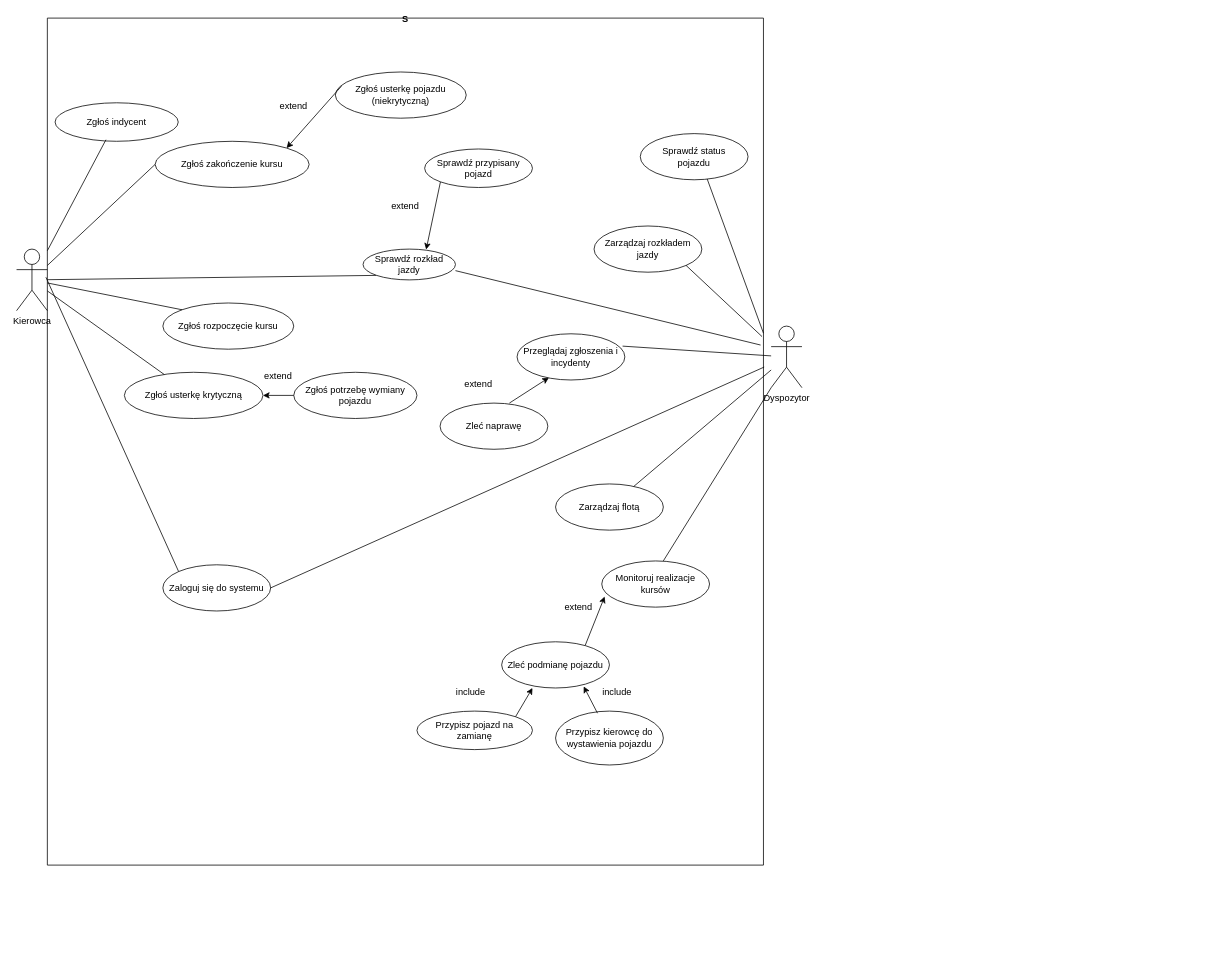
The draw.io diagram PrzypadkiUzycia.drawio in JakubBandosz/Projekt_IO, before the edit. Source tidied: cells renumbered, new cells numbered last; positions are measured from the earlier drawing's top-left corner, leaving out a move shared by most shapes. Both pictures are drawn from the tidied source at 77%, with x=0, y=0 at pixel (16, 18).
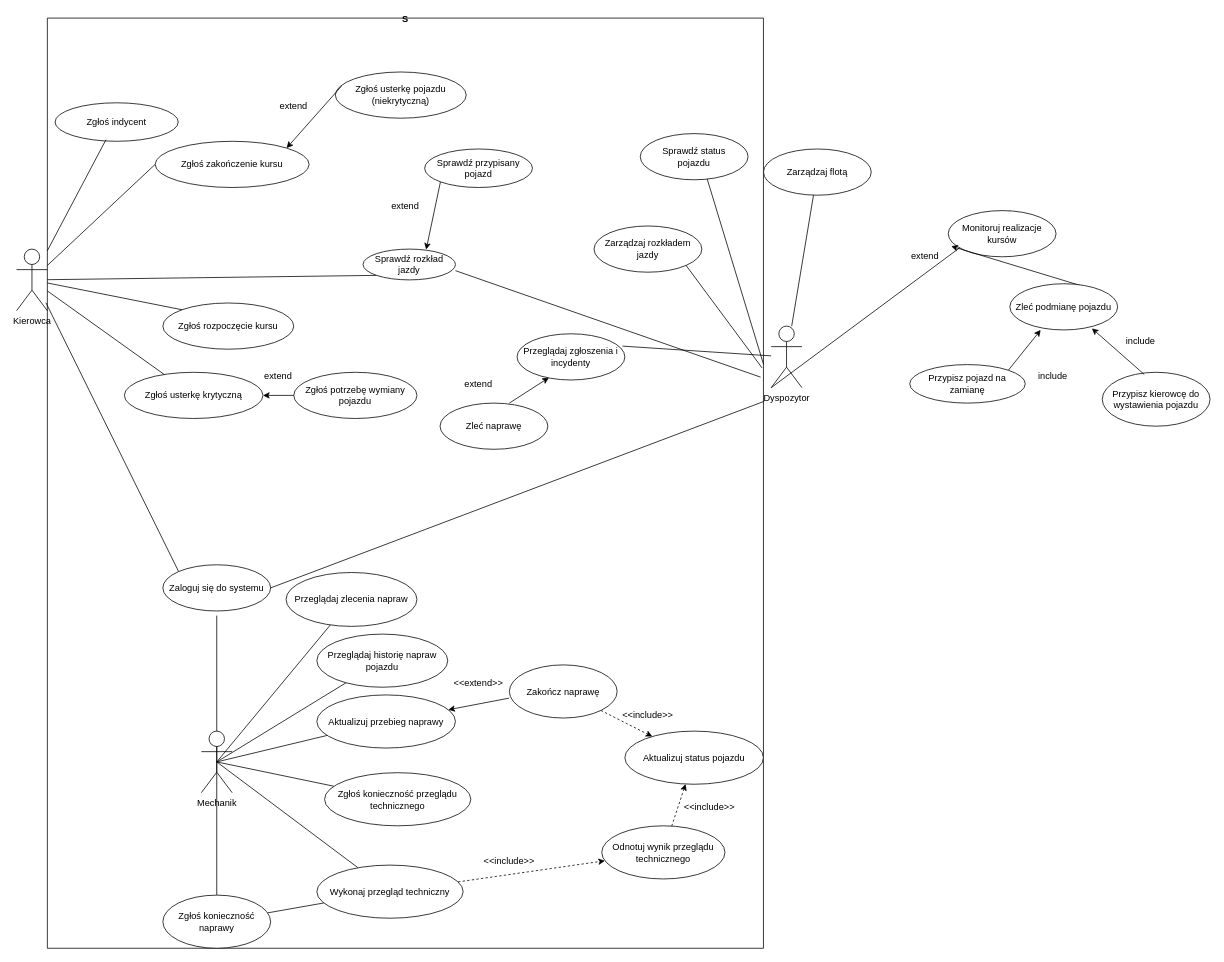
After the change.

Unchanged cells that the change refers to:
```xml
<mxCell id="14" value="Dyspozytor" style="shape=umlActor;verticalLabelPosition=bottom;verticalAlign=top;html=1;outlineConnect=0;labelPosition=center;align=center;" parent="1" vertex="1">
  <mxGeometry x="980" y="400" width="40" height="80" as="geometry" />
</mxCell>
```

What changed in the source:
```diff
@@
     <mxCell id="17" value="S" style="swimlane;startSize=0;" parent="1" vertex="1">
-      <mxGeometry x="40" width="930" height="1100" as="geometry" />
+      <mxGeometry x="40" width="930" height="1208" as="geometry" />
     </mxCell>
@@
-    <mxCell id="19" value="Monitoruj realizacje kursów" style="ellipse;whiteSpace=wrap;html=1;" parent="17" vertex="1">
-      <mxGeometry x="720" y="705" width="140" height="60" as="geometry" />
-    </mxCell>
-    <mxCell id="20" value="Zarządzaj flotą" style="ellipse;whiteSpace=wrap;html=1;" parent="17" vertex="1">
-      <mxGeometry x="660" y="605" width="140" height="60" as="geometry" />
-    </mxCell>
@@
+    <mxCell id="41" value="Sprawdź status&lt;div&gt;pojazdu&lt;/div&gt;" style="ellipse;whiteSpace=wrap;html=1;" parent="17" vertex="1">
+      <mxGeometry x="770" y="150" width="140" height="60" as="geometry" />
+    </mxCell>
+    <mxCell id="42" style="endArrow=none;html=1;rounded=0;entryX=1;entryY=0.372;entryDx=0;entryDy=0;entryPerimeter=0;exitX=0.621;exitY=0.983;exitDx=0;exitDy=0;exitPerimeter=0;" parent="17" edge="1" source="41" target="17">
+      <mxGeometry relative="1" as="geometry" />
+    </mxCell>
+    <mxCell id="50" style="rounded=0;jettySize=auto;html=1;exitX=0.5;exitY=0.5;exitDx=0;exitDy=0;exitPerimeter=0;endArrow=none;endFill=0;" parent="17" edge="1" source="57">
+      <mxGeometry relative="1" as="geometry">
+        <mxPoint x="220" y="776" as="targetPoint" />
+      </mxGeometry>
+    </mxCell>
+    <mxCell id="51" style="rounded=0;jettySize=auto;html=1;exitX=0.5;exitY=0.5;exitDx=0;exitDy=0;exitPerimeter=0;endArrow=none;endFill=0;" parent="17" edge="1" source="57" target="58">
+      <mxGeometry relative="1" as="geometry" />
+    </mxCell>
+    <mxCell id="52" style="rounded=0;jettySize=auto;html=1;exitX=0.5;exitY=0.5;exitDx=0;exitDy=0;exitPerimeter=0;endArrow=none;endFill=0;" parent="17" edge="1" source="57" target="62">
+      <mxGeometry relative="1" as="geometry" />
+    </mxCell>
+    <mxCell id="53" style="rounded=0;jettySize=auto;html=1;exitX=0.5;exitY=0.5;exitDx=0;exitDy=0;exitPerimeter=0;startArrow=none;startFill=0;endArrow=none;endFill=0;" parent="17" edge="1" source="57" target="59">
+      <mxGeometry relative="1" as="geometry" />
+    </mxCell>
+    <mxCell id="54" style="rounded=0;jettySize=auto;html=1;exitX=0.5;exitY=0.5;exitDx=0;exitDy=0;exitPerimeter=0;endArrow=none;endFill=0;" parent="17" edge="1" source="57" target="63">
+      <mxGeometry relative="1" as="geometry" />
+    </mxCell>
+    <mxCell id="55" style="rounded=0;jettySize=auto;html=1;exitX=0.5;exitY=0.5;exitDx=0;exitDy=0;exitPerimeter=0;endArrow=none;endFill=0;" parent="17" edge="1" source="57" target="69">
+      <mxGeometry relative="1" as="geometry" />
+    </mxCell>
+    <mxCell id="56" style="rounded=0;jettySize=auto;html=1;exitX=0.5;exitY=0.5;exitDx=0;exitDy=0;exitPerimeter=0;entryX=0.5;entryY=0;entryDx=0;entryDy=0;endArrow=none;endFill=0;" parent="17" edge="1" source="57" target="70">
+      <mxGeometry relative="1" as="geometry" />
+    </mxCell>
+    <mxCell id="57" value="Mechanik" style="shape=umlActor;verticalLabelPosition=bottom;verticalAlign=top;html=1;outlineConnect=0;" parent="17" vertex="1">
+      <mxGeometry x="200" y="926" width="40" height="80" as="geometry" />
+    </mxCell>
+    <mxCell id="58" value="Przeglądaj zlecenia napraw" style="ellipse;whiteSpace=wrap;html=1;align=center;newEdgeStyle={&quot;edgeStyle&quot;:&quot;entityRelationEdgeStyle&quot;,&quot;startArrow&quot;:&quot;none&quot;,&quot;endArrow&quot;:&quot;none&quot;,&quot;segment&quot;:10,&quot;curved&quot;:1,&quot;sourcePerimeterSpacing&quot;:0,&quot;targetPerimeterSpacing&quot;:0};" parent="17" vertex="1">
+      <mxGeometry x="310" y="720" width="170" height="70" as="geometry" />
+    </mxCell>
+    <mxCell id="59" value="&lt;span&gt;&lt;span class=&quot;citation-63&quot;&gt;Aktualizuj przebieg naprawy&lt;/span&gt;&lt;/span&gt;&lt;span class=&quot;citation-63&quot;&gt;&lt;/span&gt;" style="ellipse;whiteSpace=wrap;html=1;align=center;newEdgeStyle={&quot;edgeStyle&quot;:&quot;entityRelationEdgeStyle&quot;,&quot;startArrow&quot;:&quot;none&quot;,&quot;endArrow&quot;:&quot;none&quot;,&quot;segment&quot;:10,&quot;curved&quot;:1,&quot;sourcePerimeterSpacing&quot;:0,&quot;targetPerimeterSpacing&quot;:0};" parent="17" vertex="1">
+      <mxGeometry x="350" y="879" width="180" height="69" as="geometry" />
+    </mxCell>
+    <mxCell id="60" style="rounded=0;jettySize=auto;html=1;startArrow=none;endArrow=classic;segment=10;sourcePerimeterSpacing=0;targetPerimeterSpacing=0;endFill=1;dashed=1;" parent="17" edge="1" source="61" target="73">
+      <mxGeometry relative="1" as="geometry" />
+    </mxCell>
+    <mxCell id="61" value="Zakończ naprawę" style="ellipse;whiteSpace=wrap;html=1;align=center;newEdgeStyle={&quot;edgeStyle&quot;:&quot;entityRelationEdgeStyle&quot;,&quot;startArrow&quot;:&quot;none&quot;,&quot;endArrow&quot;:&quot;none&quot;,&quot;segment&quot;:10,&quot;curved&quot;:1,&quot;sourcePerimeterSpacing&quot;:0,&quot;targetPerimeterSpacing&quot;:0};" parent="17" vertex="1">
+      <mxGeometry x="600" y="840" width="140" height="69" as="geometry" />
+    </mxCell>
+    <mxCell id="62" value="Przeglądaj historię napraw pojazdu" style="ellipse;whiteSpace=wrap;html=1;align=center;newEdgeStyle={&quot;edgeStyle&quot;:&quot;entityRelationEdgeStyle&quot;,&quot;startArrow&quot;:&quot;none&quot;,&quot;endArrow&quot;:&quot;none&quot;,&quot;segment&quot;:10,&quot;curved&quot;:1,&quot;sourcePerimeterSpacing&quot;:0,&quot;targetPerimeterSpacing&quot;:0};" parent="17" vertex="1">
+      <mxGeometry x="350" y="800" width="170" height="69" as="geometry" />
+    </mxCell>
+    <mxCell id="63" value="&lt;span&gt;&lt;span class=&quot;citation-60&quot;&gt;Zgłoś konieczność przeglądu technicznego&lt;/span&gt;&lt;/span&gt;&lt;span class=&quot;citation-60&quot;&gt;&lt;/span&gt;" style="ellipse;whiteSpace=wrap;html=1;align=center;newEdgeStyle={&quot;edgeStyle&quot;:&quot;entityRelationEdgeStyle&quot;,&quot;startArrow&quot;:&quot;none&quot;,&quot;endArrow&quot;:&quot;none&quot;,&quot;segment&quot;:10,&quot;curved&quot;:1,&quot;sourcePerimeterSpacing&quot;:0,&quot;targetPerimeterSpacing&quot;:0};" parent="17" vertex="1">
+      <mxGeometry x="360" y="980" width="190" height="69" as="geometry" />
+    </mxCell>
+    <mxCell id="64" style="rounded=0;jettySize=auto;html=1;startArrow=none;endArrow=classic;segment=10;sourcePerimeterSpacing=0;targetPerimeterSpacing=0;endFill=1;dashed=1;" parent="17" edge="1" source="65" target="73">
+      <mxGeometry relative="1" as="geometry" />
+    </mxCell>
+    <mxCell id="65" value="Odnotuj wynik przeglądu technicznego" style="ellipse;whiteSpace=wrap;html=1;align=center;newEdgeStyle={&quot;edgeStyle&quot;:&quot;entityRelationEdgeStyle&quot;,&quot;startArrow&quot;:&quot;none&quot;,&quot;endArrow&quot;:&quot;none&quot;,&quot;segment&quot;:10,&quot;curved&quot;:1,&quot;sourcePerimeterSpacing&quot;:0,&quot;targetPerimeterSpacing&quot;:0};" parent="17" vertex="1">
+      <mxGeometry x="720" y="1049" width="160" height="69" as="geometry" />
+    </mxCell>
+    <mxCell id="66" style="rounded=0;jettySize=auto;html=1;startArrow=classic;endArrow=none;segment=10;sourcePerimeterSpacing=0;targetPerimeterSpacing=0;entryX=-0.003;entryY=0.626;entryDx=0;entryDy=0;entryPerimeter=0;startFill=1;" parent="17" edge="1" source="59" target="61">
+      <mxGeometry relative="1" as="geometry" />
+    </mxCell>
+    <mxCell id="67" style="rounded=0;jettySize=auto;html=1;startArrow=none;endArrow=classic;segment=10;sourcePerimeterSpacing=0;targetPerimeterSpacing=0;endFill=1;dashed=1;" parent="17" edge="1" source="69" target="65">
+      <mxGeometry relative="1" as="geometry" />
+    </mxCell>
+    <mxCell id="68" style="rounded=0;jettySize=auto;html=1;startArrow=none;endArrow=none;segment=10;sourcePerimeterSpacing=0;targetPerimeterSpacing=0;" parent="17" edge="1" source="69" target="70">
+      <mxGeometry relative="1" as="geometry" />
+    </mxCell>
+    <mxCell id="69" value="Wykonaj przegląd techniczny" style="ellipse;whiteSpace=wrap;html=1;align=center;newEdgeStyle={&quot;edgeStyle&quot;:&quot;entityRelationEdgeStyle&quot;,&quot;startArrow&quot;:&quot;none&quot;,&quot;endArrow&quot;:&quot;none&quot;,&quot;segment&quot;:10,&quot;curved&quot;:1,&quot;sourcePerimeterSpacing&quot;:0,&quot;targetPerimeterSpacing&quot;:0};" parent="17" vertex="1">
+      <mxGeometry x="350" y="1100" width="190" height="69" as="geometry" />
+    </mxCell>
+    <mxCell id="70" value="Zgłoś konieczność naprawy" style="ellipse;whiteSpace=wrap;html=1;align=center;newEdgeStyle={&quot;edgeStyle&quot;:&quot;entityRelationEdgeStyle&quot;,&quot;startArrow&quot;:&quot;none&quot;,&quot;endArrow&quot;:&quot;none&quot;,&quot;segment&quot;:10,&quot;curved&quot;:1,&quot;sourcePerimeterSpacing&quot;:0,&quot;targetPerimeterSpacing&quot;:0};" parent="17" vertex="1">
+      <mxGeometry x="150" y="1139" width="140" height="69" as="geometry" />
+    </mxCell>
+    <mxCell id="71" value="&amp;lt;&amp;lt;include&amp;gt;&amp;gt;" style="text;html=1;whiteSpace=wrap;strokeColor=none;fillColor=none;align=center;verticalAlign=middle;rounded=0;" parent="17" vertex="1">
+      <mxGeometry x="570" y="1080" width="60" height="30" as="geometry" />
+    </mxCell>
+    <mxCell id="72" value="&amp;lt;&amp;lt;extend&amp;gt;&amp;gt;" style="text;html=1;whiteSpace=wrap;strokeColor=none;fillColor=none;align=center;verticalAlign=middle;rounded=0;" parent="17" vertex="1">
+      <mxGeometry x="530" y="849" width="60" height="30" as="geometry" />
+    </mxCell>
+    <mxCell id="73" value="Aktualizuj status pojazdu" style="ellipse;whiteSpace=wrap;html=1;align=center;newEdgeStyle={&quot;edgeStyle&quot;:&quot;entityRelationEdgeStyle&quot;,&quot;startArrow&quot;:&quot;none&quot;,&quot;endArrow&quot;:&quot;none&quot;,&quot;segment&quot;:10,&quot;curved&quot;:1,&quot;sourcePerimeterSpacing&quot;:0,&quot;targetPerimeterSpacing&quot;:0};" parent="17" vertex="1">
+      <mxGeometry x="750" y="926" width="180" height="69" as="geometry" />
+    </mxCell>
+    <mxCell id="74" value="&amp;lt;&amp;lt;include&amp;gt;&amp;gt;" style="text;html=1;whiteSpace=wrap;strokeColor=none;fillColor=none;align=center;verticalAlign=middle;rounded=0;" parent="17" vertex="1">
+      <mxGeometry x="750" y="890" width="60" height="30" as="geometry" />
+    </mxCell>
+    <mxCell id="75" value="&amp;lt;&amp;lt;include&amp;gt;&amp;gt;" style="text;html=1;whiteSpace=wrap;strokeColor=none;fillColor=none;align=center;verticalAlign=middle;rounded=0;" parent="17" vertex="1">
+      <mxGeometry x="830" y="1010" width="60" height="30" as="geometry" />
+    </mxCell>
+    <mxCell id="49" style="endArrow=none;html=1;rounded=0;" parent="1" edge="1" source="14" target="20">
+      <mxGeometry relative="1" as="geometry" />
+    </mxCell>
+    <mxCell id="19" value="Monitoruj realizacje kursów" style="ellipse;whiteSpace=wrap;html=1;" parent="1" vertex="1">
+      <mxGeometry x="1210" y="250" width="140" height="60" as="geometry" />
+    </mxCell>
+    <mxCell id="20" value="Zarządzaj flotą" style="ellipse;whiteSpace=wrap;html=1;" parent="1" vertex="1">
+      <mxGeometry x="970" y="170" width="140" height="60" as="geometry" />
+    </mxCell>
-    <mxCell id="38" value="extend" style="text;html=1;whiteSpace=wrap;strokeColor=none;fillColor=none;align=center;verticalAlign=middle;rounded=0;" parent="17" vertex="1">
-      <mxGeometry x="660" y="750" width="60" height="30" as="geometry" />
+    <mxCell id="38" value="extend" style="text;html=1;whiteSpace=wrap;strokeColor=none;fillColor=none;align=center;verticalAlign=middle;rounded=0;" parent="1" vertex="1">
+      <mxGeometry x="1150" y="295" width="60" height="30" as="geometry" />
     </mxCell>
-    <mxCell id="39" style="endArrow=classic;html=1;rounded=0;entryX=0.027;entryY=0.771;entryDx=0;entryDy=0;entryPerimeter=0;exitX=0.768;exitY=0.119;exitDx=0;exitDy=0;exitPerimeter=0;" parent="17" edge="1" source="40" target="19">
+    <mxCell id="39" style="endArrow=classic;html=1;rounded=0;entryX=0.027;entryY=0.771;entryDx=0;entryDy=0;entryPerimeter=0;exitX=0.768;exitY=0.119;exitDx=0;exitDy=0;exitPerimeter=0;" parent="1" edge="1" source="40" target="19">
       <mxGeometry relative="1" as="geometry" />
     </mxCell>
-    <mxCell id="40" value="Zleć podmianę pojazdu" style="ellipse;whiteSpace=wrap;html=1;" parent="17" vertex="1">
-      <mxGeometry x="590" y="810" width="140" height="60" as="geometry" />
+    <mxCell id="40" value="Zleć podmianę pojazdu" style="ellipse;whiteSpace=wrap;html=1;" parent="1" vertex="1">
+      <mxGeometry x="1290" y="345" width="140" height="60" as="geometry" />
     </mxCell>
-    <mxCell id="41" value="Sprawdź status&lt;div&gt;pojazdu&lt;/div&gt;" style="ellipse;whiteSpace=wrap;html=1;" parent="17" vertex="1">
-      <mxGeometry x="770" y="150" width="140" height="60" as="geometry" />
-    </mxCell>
-    <mxCell id="42" style="endArrow=none;html=1;rounded=0;entryX=1;entryY=0.372;entryDx=0;entryDy=0;entryPerimeter=0;exitX=0.621;exitY=0.983;exitDx=0;exitDy=0;exitPerimeter=0;" parent="17" edge="1" source="41" target="17">
-      <mxGeometry relative="1" as="geometry" />
-    </mxCell>
-    <mxCell id="43" value="Przypisz kierowcę do wystawienia pojazdu" style="ellipse;whiteSpace=wrap;html=1;" parent="17" vertex="1">
-      <mxGeometry x="660" y="900" width="140" height="70" as="geometry" />
+    <mxCell id="43" value="Przypisz kierowcę do wystawienia pojazdu" style="ellipse;whiteSpace=wrap;html=1;" parent="1" vertex="1">
+      <mxGeometry x="1410" y="460" width="140" height="70" as="geometry" />
     </mxCell>
-    <mxCell id="44" style="endArrow=classic;html=1;rounded=0;exitX=0.389;exitY=0.039;exitDx=0;exitDy=0;exitPerimeter=0;entryX=0.761;entryY=0.966;entryDx=0;entryDy=0;entryPerimeter=0;" parent="17" edge="1" source="43" target="40">
+    <mxCell id="44" style="endArrow=classic;html=1;rounded=0;exitX=0.389;exitY=0.039;exitDx=0;exitDy=0;exitPerimeter=0;entryX=0.761;entryY=0.966;entryDx=0;entryDy=0;entryPerimeter=0;" parent="1" edge="1" source="43" target="40">
       <mxGeometry relative="1" as="geometry" />
     </mxCell>
-    <mxCell id="45" value="include" style="text;html=1;whiteSpace=wrap;strokeColor=none;fillColor=none;align=center;verticalAlign=middle;rounded=0;" parent="17" vertex="1">
-      <mxGeometry x="710" y="860" width="60" height="30" as="geometry" />
+    <mxCell id="45" value="include" style="text;html=1;whiteSpace=wrap;strokeColor=none;fillColor=none;align=center;verticalAlign=middle;rounded=0;" parent="1" vertex="1">
+      <mxGeometry x="1430" y="405" width="60" height="30" as="geometry" />
     </mxCell>
-    <mxCell id="46" value="Przypisz pojazd na zamianę" style="ellipse;whiteSpace=wrap;html=1;" parent="17" vertex="1">
-      <mxGeometry x="480" y="900" width="150" height="50" as="geometry" />
+    <mxCell id="46" value="Przypisz pojazd na zamianę" style="ellipse;whiteSpace=wrap;html=1;" parent="1" vertex="1">
+      <mxGeometry x="1160" y="450" width="150" height="50" as="geometry" />
     </mxCell>
-    <mxCell id="47" value="include" style="text;html=1;whiteSpace=wrap;strokeColor=none;fillColor=none;align=center;verticalAlign=middle;rounded=0;" parent="17" vertex="1">
-      <mxGeometry x="520" y="860" width="60" height="30" as="geometry" />
+    <mxCell id="47" value="include" style="text;html=1;whiteSpace=wrap;strokeColor=none;fillColor=none;align=center;verticalAlign=middle;rounded=0;" parent="1" vertex="1">
+      <mxGeometry x="1316" y="450" width="60" height="30" as="geometry" />
     </mxCell>
-    <mxCell id="48" style="endArrow=classic;html=1;rounded=0;entryX=0.286;entryY=1;entryDx=0;entryDy=0;entryPerimeter=0;exitX=1;exitY=0;exitDx=0;exitDy=0;" parent="17" edge="1" source="46" target="40">
+    <mxCell id="48" style="endArrow=classic;html=1;rounded=0;entryX=0.286;entryY=1;entryDx=0;entryDy=0;entryPerimeter=0;exitX=1;exitY=0;exitDx=0;exitDy=0;" parent="1" edge="1" source="46" target="40">
       <mxGeometry relative="1" as="geometry" />
     </mxCell>
-    <mxCell id="49" style="endArrow=none;html=1;rounded=0;" parent="1" edge="1" source="14" target="20">
-      <mxGeometry relative="1" as="geometry" />
-    </mxCell>
```
